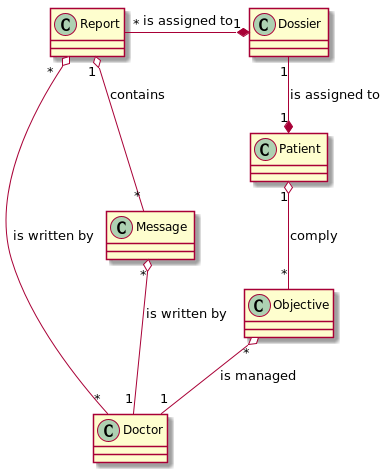
Above: doc/task4/domainModel.png in thetractor/ch.bfh.bti7081.s2019.orange (PlantUML), before the change.
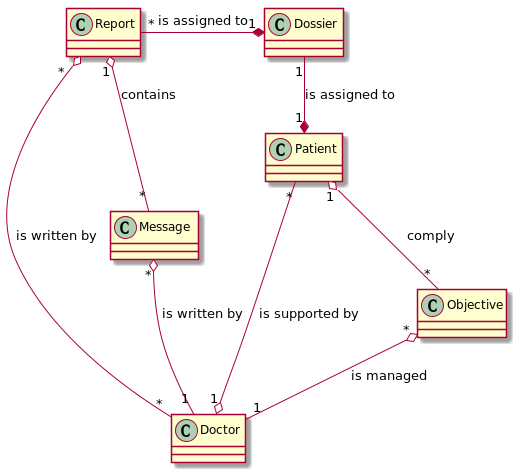
Later version of the same file.

Diff of the diagram source:
```diff
@@ -21,5 +21,6 @@
 Patient "1" o-- "*" Objective  : comply
 Report "1" o-- "*" Message : contains
 Dossier "1" --* "1" Patient : is assigned to
+Doctor "1" o- "*" Patient : is supported by
 
 @enduml
```
